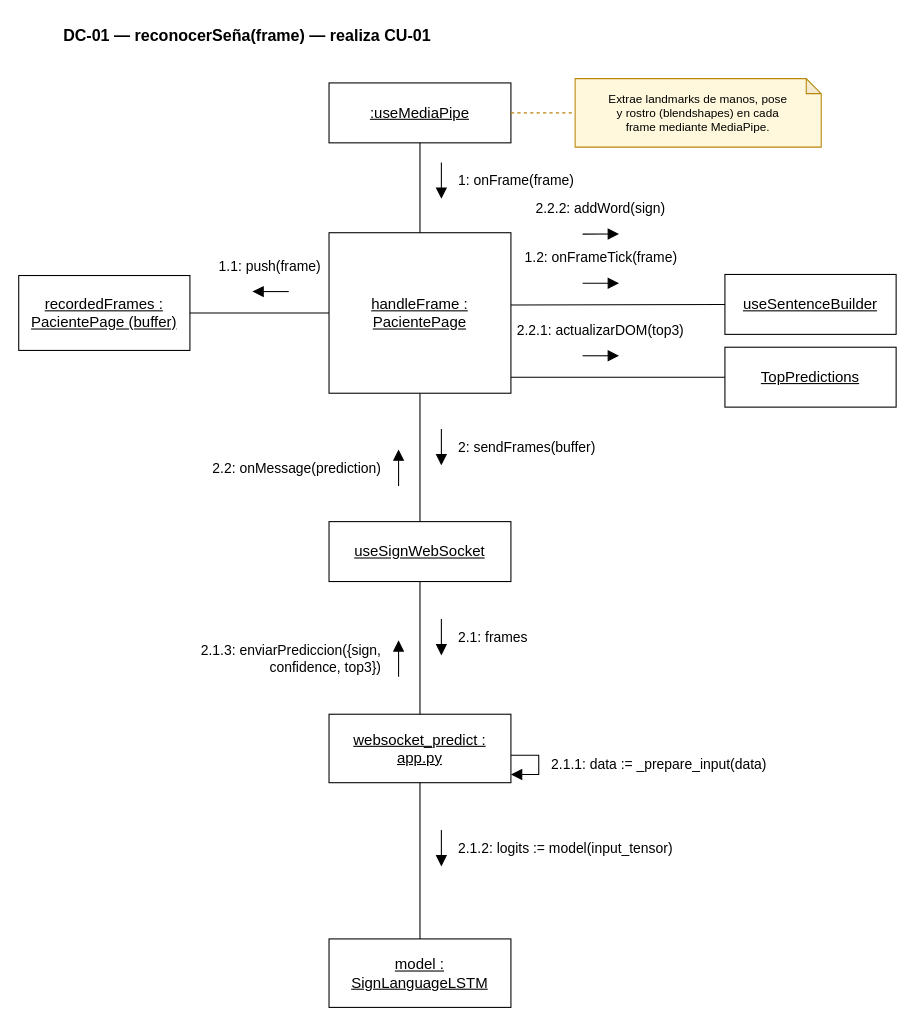
santinohamada/Nexora keeps this draw.io diagram as docs/TP7/diagramas/colaboracion/08_colaboracion_dc01.drawio. Above is the earlier version. Source tidied: cells renumbered, new cells numbered last; positions are measured from the earlier drawing's top-left corner, leaving out a move shared by most shapes. Both pictures are drawn from the tidied source at 107%, with x=0, y=0 at pixel (18, 18).
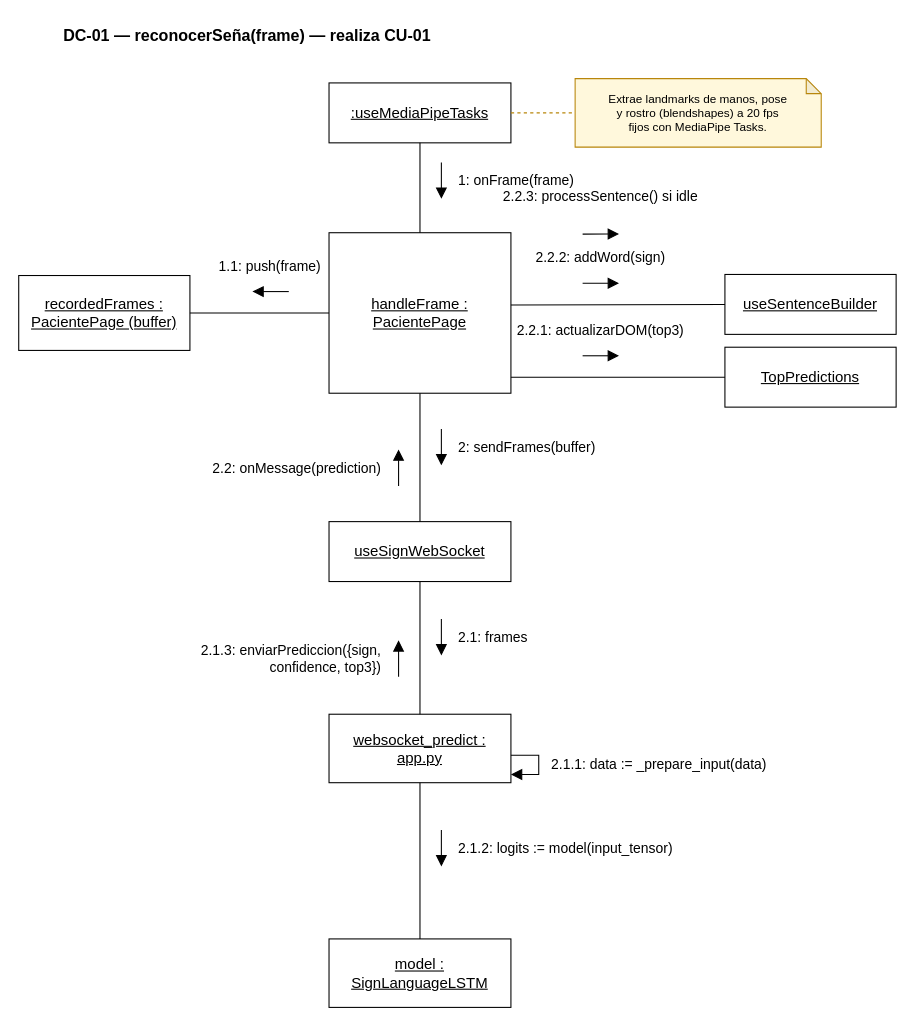
The same diagram, later.

Change to the diagram source:
```diff
@@
-    <mxCell id="3" value="&lt;u&gt;:useMediaPipe&lt;/u&gt;" style="rounded=0;whiteSpace=wrap;html=1;fillColor=#ffffff;strokeColor=#000000;fontFamily=Helvetica;fontSize=14;align=center;verticalAlign=middle;" parent="1" vertex="1">
+    <mxCell id="3" value="&lt;u&gt;:useMediaPipeTasks&lt;/u&gt;" style="rounded=0;whiteSpace=wrap;html=1;fillColor=#ffffff;strokeColor=#000000;fontFamily=Helvetica;fontSize=14;align=center;verticalAlign=middle;" parent="1" vertex="1">
       <mxGeometry x="290" y="60" width="170" height="56" as="geometry" />
     </mxCell>
@@
-    <mxCell id="19" value="1.2: onFrameTick(frame)" style="text;html=1;align=center;verticalAlign=middle;fontFamily=Helvetica;fontSize=13;whiteSpace=wrap;" parent="1" vertex="1">
-      <mxGeometry x="456.5" y="213.3" width="175" height="20" as="geometry" />
+    <mxCell id="19" value="2.2.2: addWord(sign)" style="text;html=1;align=center;verticalAlign=middle;fontFamily=Helvetica;fontSize=13;whiteSpace=wrap;" parent="1" vertex="1">
+      <mxGeometry x="467" y="213.3" width="154" height="20" as="geometry" />
     </mxCell>
@@
-    <mxCell id="21" value="2.2.2: addWord(sign)" style="text;html=1;align=center;verticalAlign=middle;fontFamily=Helvetica;fontSize=13;whiteSpace=wrap;" parent="1" vertex="1">
-      <mxGeometry x="467" y="167.3" width="154" height="20" as="geometry" />
+    <mxCell id="21" value="2.2.3: processSentence() si idle" style="text;html=1;align=center;verticalAlign=middle;fontFamily=Helvetica;fontSize=13;whiteSpace=wrap;" parent="1" vertex="1">
+      <mxGeometry x="434" y="145.3" width="220" height="42" as="geometry" />
     </mxCell>
@@
-    <mxCell id="40" value="Extrae landmarks de manos, pose&lt;br&gt;y rostro (blendshapes) en cada&lt;br&gt;frame mediante MediaPipe." style="shape=note;whiteSpace=wrap;html=1;backgroundOutline=1;darkOpacity=0.05;align=center;verticalAlign=middle;fontFamily=Helvetica;fontSize=11;fillColor=#FFF8DC;strokeColor=#B8860B;size=14;" parent="1" vertex="1">
+    <mxCell id="40" value="Extrae landmarks de manos, pose&lt;br&gt;y rostro (blendshapes) a 20 fps&lt;br&gt;fijos con MediaPipe Tasks." style="shape=note;whiteSpace=wrap;html=1;backgroundOutline=1;darkOpacity=0.05;align=center;verticalAlign=middle;fontFamily=Helvetica;fontSize=11;fillColor=#FFF8DC;strokeColor=#B8860B;size=14;" parent="1" vertex="1">
       <mxGeometry x="520" y="56" width="230" height="64" as="geometry" />
     </mxCell>
```
